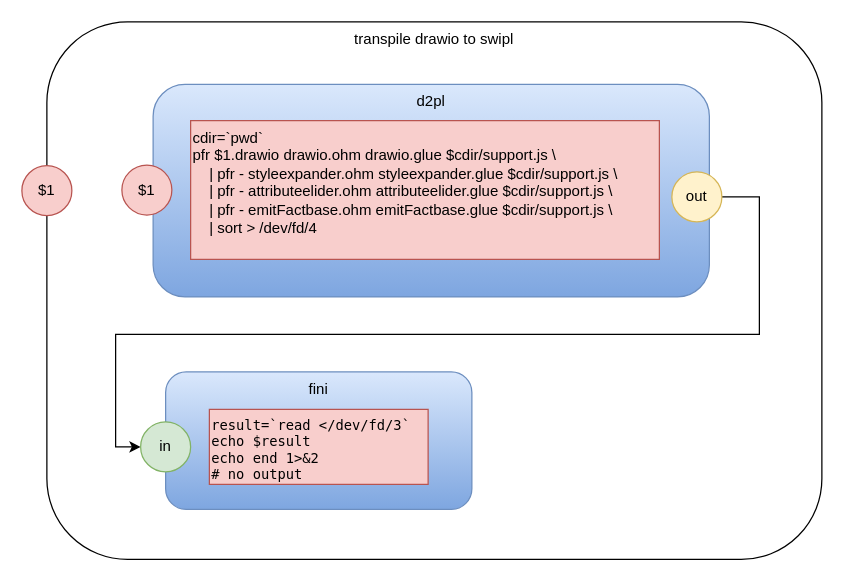
Before: transpile_drawio_to_swipl.drawio in guitarvydas/vsh, a draw.io diagram. Source tidied: cells renumbered, new cells numbered last; positions are measured from the earlier drawing's top-left corner, leaving out a move shared by most shapes. Both pictures are drawn from the tidied source at 125%, with x=0, y=0 at pixel (21, 21).
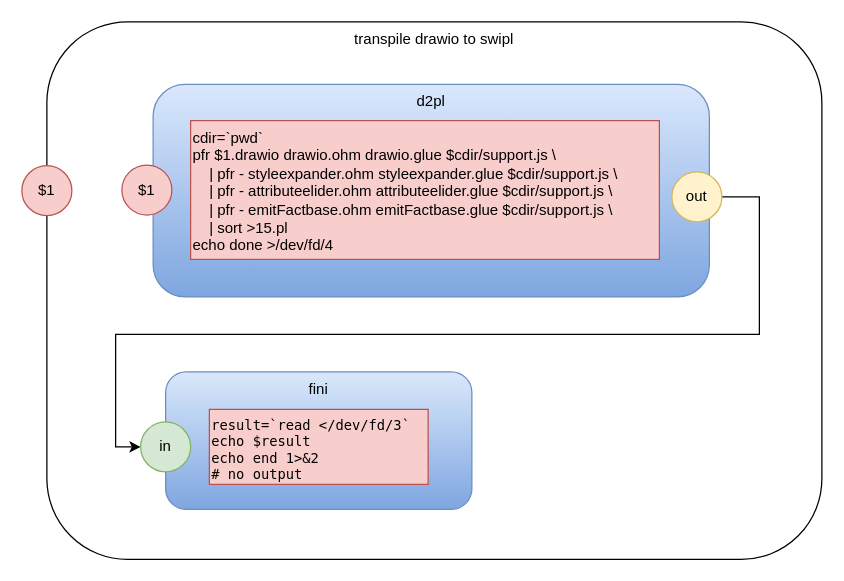
The same diagram, later.

What changed in the source:
```diff
@@
 <mxGraphModel>
   <root>
     <mxCell id="0" />
     <mxCell id="1" parent="0" />
     <mxCell id="2" value="transpile drawio to swipl" style="rounded=1;whiteSpace=wrap;html=1;verticalAlign=top;" parent="1" vertex="1">
       <mxGeometry x="20" width="620" height="430" as="geometry" />
     </mxCell>
     <mxCell id="3" value="d2pl" style="rounded=1;whiteSpace=wrap;html=1;gradientColor=#7ea6e0;fillColor=#dae8fc;strokeColor=#6c8ebf;verticalAlign=top;" parent="1" vertex="1">
       <mxGeometry x="105" y="50" width="445" height="170" as="geometry" />
     </mxCell>
-    <mxCell id="4" value="&lt;div&gt;cdir=`pwd`&lt;/div&gt;&lt;div&gt;pfr $1.drawio drawio.ohm drawio.glue $cdir/support.js \&lt;/div&gt;&lt;div&gt;&amp;nbsp; &amp;nbsp; | pfr - styleexpander.ohm styleexpander.glue $cdir/support.js \&lt;/div&gt;&lt;div&gt;&amp;nbsp; &amp;nbsp; | pfr - attributeelider.ohm attributeelider.glue $cdir/support.js \&lt;/div&gt;&lt;div&gt;&amp;nbsp; &amp;nbsp; | pfr - emitFactbase.ohm emitFactbase.glue $cdir/support.js \&lt;/div&gt;&lt;div&gt;&amp;nbsp; &amp;nbsp; | sort&amp;nbsp;&lt;span&gt;&amp;gt; /dev/fd/4&lt;/span&gt;&lt;/div&gt;" style="rounded=0;whiteSpace=wrap;html=1;fillColor=#f8cecc;strokeColor=#b85450;align=left;verticalAlign=top;" parent="1" vertex="1">
+    <mxCell id="4" value="&lt;div&gt;cdir=`pwd`&lt;/div&gt;&lt;div&gt;pfr $1.drawio drawio.ohm drawio.glue $cdir/support.js \&lt;/div&gt;&lt;div&gt;&amp;nbsp; &amp;nbsp; | pfr - styleexpander.ohm styleexpander.glue $cdir/support.js \&lt;/div&gt;&lt;div&gt;&amp;nbsp; &amp;nbsp; | pfr - attributeelider.ohm attributeelider.glue $cdir/support.js \&lt;/div&gt;&lt;div&gt;&amp;nbsp; &amp;nbsp; | pfr - emitFactbase.ohm emitFactbase.glue $cdir/support.js \&lt;/div&gt;&lt;div&gt;&amp;nbsp; &amp;nbsp; | sort&amp;nbsp;&lt;span&gt;&amp;gt;15.pl&lt;/span&gt;&lt;/div&gt;&lt;div&gt;&lt;span&gt;echo done &amp;gt;/dev/fd/4&lt;/span&gt;&lt;/div&gt;" style="rounded=0;whiteSpace=wrap;html=1;fillColor=#f8cecc;strokeColor=#b85450;align=left;verticalAlign=top;" parent="1" vertex="1">
       <mxGeometry x="135" y="79" width="375" height="111" as="geometry" />
     </mxCell>
     <mxCell id="5" style="edgeStyle=orthogonalEdgeStyle;rounded=0;jettySize=auto;html=1;entryX=0;entryY=0.5;entryDx=0;entryDy=0;" parent="1" edge="1" source="6" target="8">
       <mxGeometry relative="1" as="geometry">
         <Array as="points">
           <mxPoint x="590" y="140" />
           <mxPoint x="590" y="250" />
           <mxPoint x="75" y="250" />
           <mxPoint x="75" y="340" />
         </Array>
       </mxGeometry>
     </mxCell>
     <mxCell id="6" value="out" style="ellipse;whiteSpace=wrap;html=1;fillColor=#fff2cc;strokeColor=#d6b656;" parent="1" vertex="1">
       <mxGeometry x="520" y="120" width="40" height="40" as="geometry" />
     </mxCell>
     <mxCell id="7" value="fini" style="rounded=1;whiteSpace=wrap;html=1;gradientColor=#7ea6e0;fillColor=#dae8fc;strokeColor=#6c8ebf;verticalAlign=top;" parent="1" vertex="1">
       <mxGeometry x="115" y="280" width="245" height="110" as="geometry" />
     </mxCell>
     <mxCell id="8" value="in" style="ellipse;whiteSpace=wrap;html=1;fillColor=#d5e8d4;strokeColor=#82b366;" parent="1" vertex="1">
       <mxGeometry x="95" y="320" width="40" height="40" as="geometry" />
     </mxCell>
     <mxCell id="9" value="&lt;p class=&quot;p1&quot; style=&quot;margin: 0px ; font-stretch: normal ; font-size: 11px ; line-height: normal ; font-family: &amp;#34;menlo&amp;#34;&quot;&gt;&lt;span class=&quot;s1&quot;&gt;result=`read &amp;lt;/dev/fd/3`&lt;/span&gt;&lt;/p&gt;&lt;p class=&quot;p1&quot; style=&quot;margin: 0px ; font-stretch: normal ; font-size: 11px ; line-height: normal ; font-family: &amp;#34;menlo&amp;#34;&quot;&gt;&lt;span class=&quot;s1&quot;&gt;echo $result&lt;/span&gt;&lt;/p&gt;&lt;p class=&quot;p1&quot; style=&quot;margin: 0px ; font-stretch: normal ; font-size: 11px ; line-height: normal ; font-family: &amp;#34;menlo&amp;#34;&quot;&gt;&lt;span class=&quot;s1&quot;&gt;echo end 1&amp;gt;&amp;amp;2&lt;/span&gt;&lt;/p&gt;&lt;p class=&quot;p1&quot; style=&quot;margin: 0px ; font-stretch: normal ; font-size: 11px ; line-height: normal ; font-family: &amp;#34;menlo&amp;#34;&quot;&gt;&lt;span class=&quot;s1&quot;&gt;# no output&lt;/span&gt;&lt;/p&gt;&lt;p class=&quot;p1&quot; style=&quot;margin: 0px ; font-stretch: normal ; font-size: 11px ; line-height: normal ; font-family: &amp;#34;menlo&amp;#34;&quot;&gt;&lt;br&gt;&lt;/p&gt;" style="rounded=0;whiteSpace=wrap;html=1;fillColor=#f8cecc;strokeColor=#b85450;align=left;verticalAlign=top;" parent="1" vertex="1">
       <mxGeometry x="150" y="310" width="175" height="60" as="geometry" />
     </mxCell>
     <mxCell id="10" value="$1" style="ellipse;whiteSpace=wrap;html=1;fillColor=#f8cecc;strokeColor=#b85450;" parent="1" vertex="1">
       <mxGeometry y="115" width="40" height="40" as="geometry" />
     </mxCell>
     <mxCell id="11" value="$1" style="ellipse;whiteSpace=wrap;html=1;fillColor=#f8cecc;strokeColor=#b85450;" parent="1" vertex="1">
       <mxGeometry x="80" y="114.5" width="40" height="40" as="geometry" />
     </mxCell>
   </root>
 </mxGraphModel>
```
